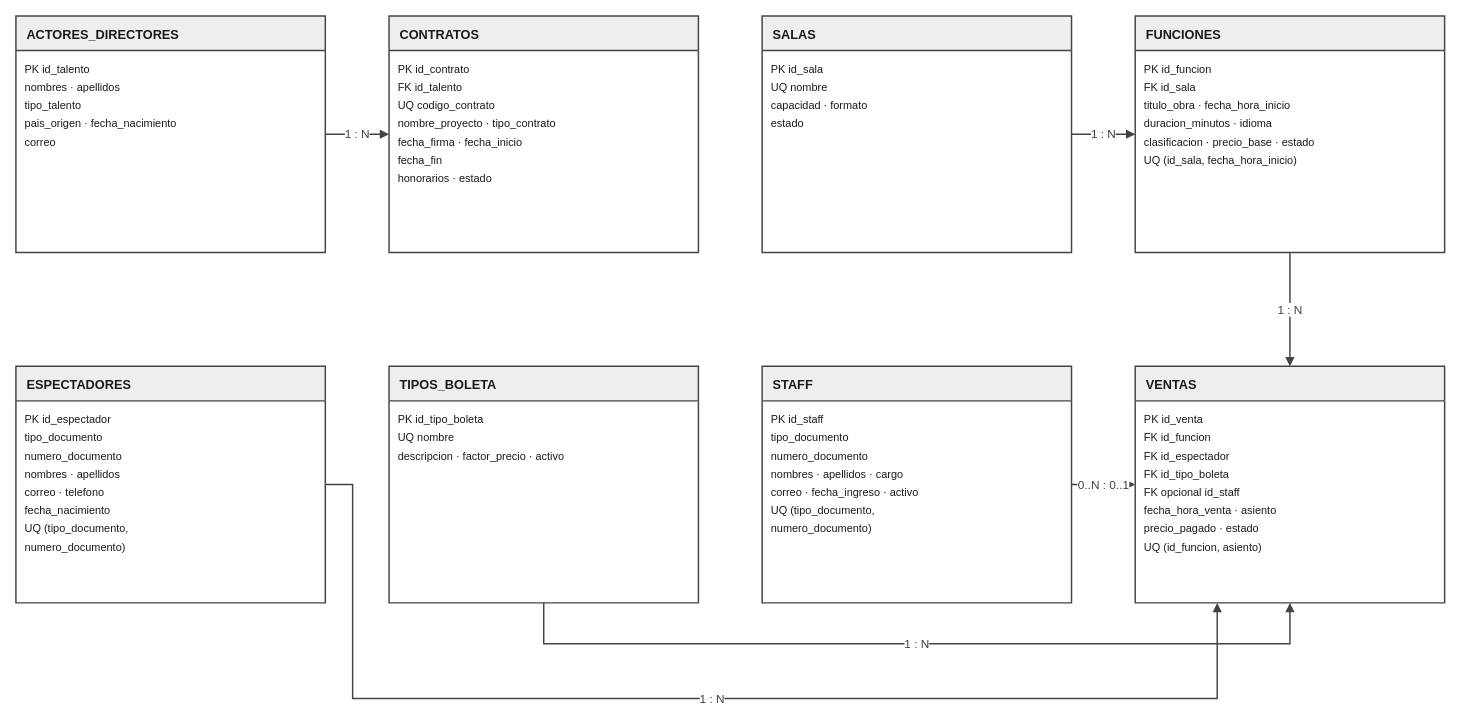
Earlier version of the draw.io diagram avance1-postgresql/modelo-relacional/modelo-relacional-3fn.drawio (Rocky72153/cine-umbral-avance1). Source tidied: cells renumbered, new cells numbered last; positions are measured from the earlier drawing's top-left corner, leaving out a move shared by most shapes. Both pictures are drawn from the tidied source at 91%, with x=0, y=0 at pixel (15, 15).
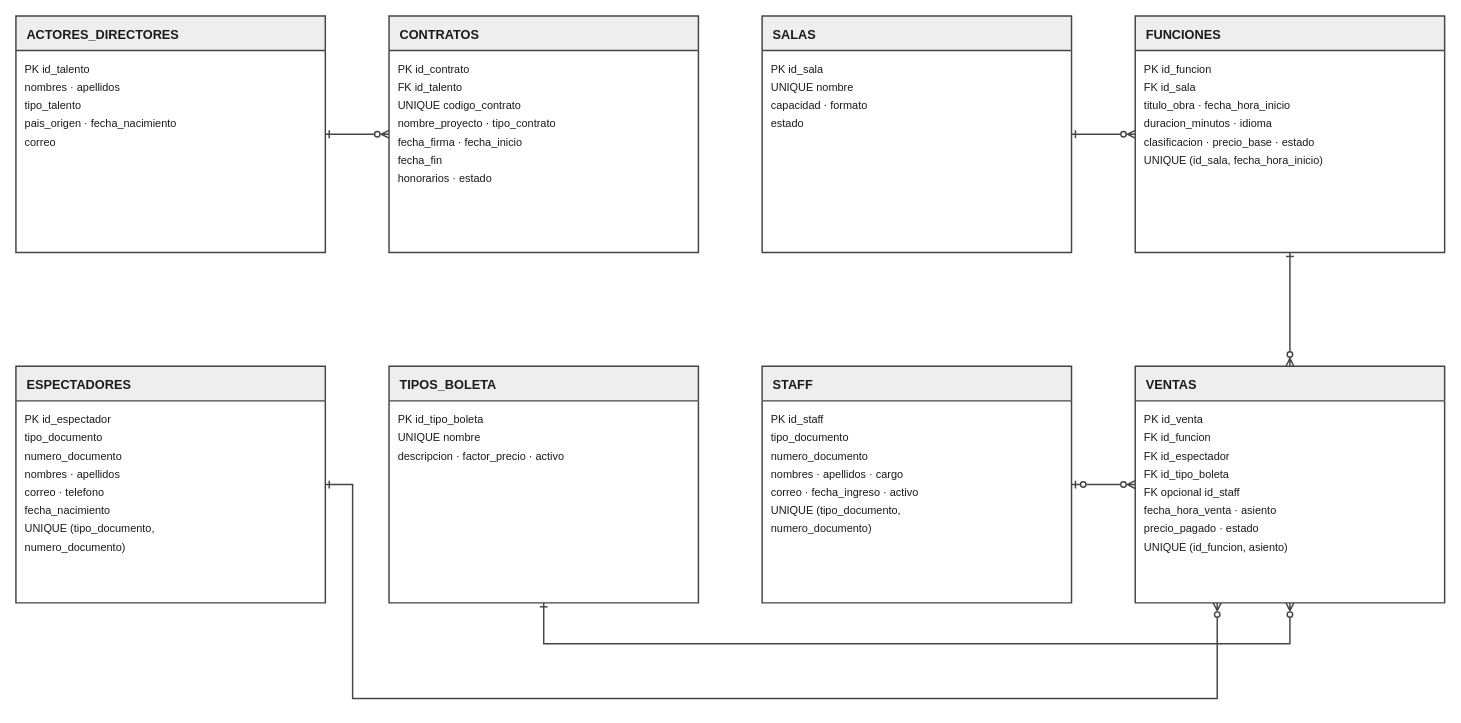
After the change.

Unchanged cells that the change refers to:
```xml
<mxCell id="2" value="&lt;b&gt;ACTORES_DIRECTORES&lt;/b&gt;" style="shape=swimlane;startSize=38;horizontal=1;html=1;whiteSpace=wrap;fillColor=#eeeeee;swimlaneFillColor=#ffffff;strokeColor=#444444;strokeWidth=1.6;fontColor=#1a1a1a;fontSize=14;align=left;verticalAlign=top;spacingLeft=10;spacingTop=6;rounded=0;shadow=0;" parent="1" vertex="1">
  <mxGeometry width="340" height="260" as="geometry" />
</mxCell>
<mxCell id="8" value="&lt;b&gt;CONTRATOS&lt;/b&gt;" style="shape=swimlane;startSize=38;horizontal=1;html=1;whiteSpace=wrap;fillColor=#eeeeee;swimlaneFillColor=#ffffff;strokeColor=#444444;strokeWidth=1.6;fontColor=#1a1a1a;fontSize=14;align=left;verticalAlign=top;spacingLeft=10;spacingTop=6;rounded=0;shadow=0;" parent="1" vertex="1">
  <mxGeometry x="410" width="340" height="260" as="geometry" />
</mxCell>
<mxCell id="16" value="&lt;b&gt;SALAS&lt;/b&gt;" style="shape=swimlane;startSize=38;horizontal=1;html=1;whiteSpace=wrap;fillColor=#eeeeee;swimlaneFillColor=#ffffff;strokeColor=#444444;strokeWidth=1.6;fontColor=#1a1a1a;fontSize=14;align=left;verticalAlign=top;spacingLeft=10;spacingTop=6;rounded=0;shadow=0;" parent="1" vertex="1">
  <mxGeometry x="820" width="340" height="260" as="geometry" />
</mxCell>
<mxCell id="21" value="&lt;b&gt;FUNCIONES&lt;/b&gt;" style="shape=swimlane;startSize=38;horizontal=1;html=1;whiteSpace=wrap;fillColor=#eeeeee;swimlaneFillColor=#ffffff;strokeColor=#444444;strokeWidth=1.6;fontColor=#1a1a1a;fontSize=14;align=left;verticalAlign=top;spacingLeft=10;spacingTop=6;rounded=0;shadow=0;" parent="1" vertex="1">
  <mxGeometry x="1230" width="340" height="260" as="geometry" />
</mxCell>
<mxCell id="28" value="&lt;b&gt;ESPECTADORES&lt;/b&gt;" style="shape=swimlane;startSize=38;horizontal=1;html=1;whiteSpace=wrap;fillColor=#eeeeee;swimlaneFillColor=#ffffff;strokeColor=#444444;strokeWidth=1.6;fontColor=#1a1a1a;fontSize=14;align=left;verticalAlign=top;spacingLeft=10;spacingTop=6;rounded=0;shadow=0;" parent="1" vertex="1">
  <mxGeometry y="385" width="340" height="260" as="geometry" />
</mxCell>
<mxCell id="37" value="&lt;b&gt;TIPOS_BOLETA&lt;/b&gt;" style="shape=swimlane;startSize=38;horizontal=1;html=1;whiteSpace=wrap;fillColor=#eeeeee;swimlaneFillColor=#ffffff;strokeColor=#444444;strokeWidth=1.6;fontColor=#1a1a1a;fontSize=14;align=left;verticalAlign=top;spacingLeft=10;spacingTop=6;rounded=0;shadow=0;" parent="1" vertex="1">
  <mxGeometry x="410" y="385" width="340" height="260" as="geometry" />
</mxCell>
<mxCell id="41" value="&lt;b&gt;STAFF&lt;/b&gt;" style="shape=swimlane;startSize=38;horizontal=1;html=1;whiteSpace=wrap;fillColor=#eeeeee;swimlaneFillColor=#ffffff;strokeColor=#444444;strokeWidth=1.6;fontColor=#1a1a1a;fontSize=14;align=left;verticalAlign=top;spacingLeft=10;spacingTop=6;rounded=0;shadow=0;" parent="1" vertex="1">
  <mxGeometry x="820" y="385" width="340" height="260" as="geometry" />
</mxCell>
<mxCell id="49" value="&lt;b&gt;VENTAS&lt;/b&gt;" style="shape=swimlane;startSize=38;horizontal=1;html=1;whiteSpace=wrap;fillColor=#eeeeee;swimlaneFillColor=#ffffff;strokeColor=#444444;strokeWidth=1.6;fontColor=#1a1a1a;fontSize=14;align=left;verticalAlign=top;spacingLeft=10;spacingTop=6;rounded=0;shadow=0;" parent="1" vertex="1">
  <mxGeometry x="1230" y="385" width="340" height="260" as="geometry" />
</mxCell>
```

Diff of the diagram source:
```diff
@@
-    <mxCell id="11" value="UQ  codigo_contrato" style="text;html=1;align=left;verticalAlign=middle;whiteSpace=wrap;strokeColor=none;fillColor=none;spacing=0;spacingLeft=0;spacingTop=0;fontColor=#1a1a1a;fontSize=12;" parent="1" vertex="1">
+    <mxCell id="11" value="UNIQUE  codigo_contrato" style="text;html=1;align=left;verticalAlign=middle;whiteSpace=wrap;strokeColor=none;fillColor=none;spacing=0;spacingLeft=0;spacingTop=0;fontColor=#1a1a1a;fontSize=12;" parent="1" vertex="1">
       <mxGeometry x="420" y="90" width="320" height="18" as="geometry" />
     </mxCell>
@@
-    <mxCell id="18" value="UQ  nombre" style="text;html=1;align=left;verticalAlign=middle;whiteSpace=wrap;strokeColor=none;fillColor=none;spacing=0;spacingLeft=0;spacingTop=0;fontColor=#1a1a1a;fontSize=12;" parent="1" vertex="1">
+    <mxCell id="18" value="UNIQUE  nombre" style="text;html=1;align=left;verticalAlign=middle;whiteSpace=wrap;strokeColor=none;fillColor=none;spacing=0;spacingLeft=0;spacingTop=0;fontColor=#1a1a1a;fontSize=12;" parent="1" vertex="1">
       <mxGeometry x="830" y="70" width="320" height="18" as="geometry" />
     </mxCell>
@@
-    <mxCell id="27" value="UQ  (id_sala, fecha_hora_inicio)" style="text;html=1;align=left;verticalAlign=middle;whiteSpace=wrap;strokeColor=none;fillColor=none;spacing=0;spacingLeft=0;spacingTop=0;fontColor=#1a1a1a;fontSize=12;" parent="1" vertex="1">
+    <mxCell id="27" value="UNIQUE  (id_sala, fecha_hora_inicio)" style="text;html=1;align=left;verticalAlign=middle;whiteSpace=wrap;strokeColor=none;fillColor=none;spacing=0;spacingLeft=0;spacingTop=0;fontColor=#1a1a1a;fontSize=12;" parent="1" vertex="1">
       <mxGeometry x="1240" y="150" width="320" height="18" as="geometry" />
     </mxCell>
@@
-    <mxCell id="35" value="UQ  (tipo_documento," style="text;html=1;align=left;verticalAlign=middle;whiteSpace=wrap;strokeColor=none;fillColor=none;spacing=0;spacingLeft=0;spacingTop=0;fontColor=#1a1a1a;fontSize=12;" parent="1" vertex="1">
+    <mxCell id="35" value="UNIQUE  (tipo_documento," style="text;html=1;align=left;verticalAlign=middle;whiteSpace=wrap;strokeColor=none;fillColor=none;spacing=0;spacingLeft=0;spacingTop=0;fontColor=#1a1a1a;fontSize=12;" parent="1" vertex="1">
       <mxGeometry x="10" y="555" width="320" height="18" as="geometry" />
     </mxCell>
@@
-    <mxCell id="39" value="UQ  nombre" style="text;html=1;align=left;verticalAlign=middle;whiteSpace=wrap;strokeColor=none;fillColor=none;spacing=0;spacingLeft=0;spacingTop=0;fontColor=#1a1a1a;fontSize=12;" parent="1" vertex="1">
+    <mxCell id="39" value="UNIQUE  nombre" style="text;html=1;align=left;verticalAlign=middle;whiteSpace=wrap;strokeColor=none;fillColor=none;spacing=0;spacingLeft=0;spacingTop=0;fontColor=#1a1a1a;fontSize=12;" parent="1" vertex="1">
       <mxGeometry x="420" y="455" width="320" height="18" as="geometry" />
     </mxCell>
@@
-    <mxCell id="47" value="UQ  (tipo_documento," style="text;html=1;align=left;verticalAlign=middle;whiteSpace=wrap;strokeColor=none;fillColor=none;spacing=0;spacingLeft=0;spacingTop=0;fontColor=#1a1a1a;fontSize=12;" parent="1" vertex="1">
+    <mxCell id="47" value="UNIQUE  (tipo_documento," style="text;html=1;align=left;verticalAlign=middle;whiteSpace=wrap;strokeColor=none;fillColor=none;spacing=0;spacingLeft=0;spacingTop=0;fontColor=#1a1a1a;fontSize=12;" parent="1" vertex="1">
       <mxGeometry x="830" y="535" width="320" height="18" as="geometry" />
     </mxCell>
@@
-    <mxCell id="57" value="UQ  (id_funcion, asiento)" style="text;html=1;align=left;verticalAlign=middle;whiteSpace=wrap;strokeColor=none;fillColor=none;spacing=0;spacingLeft=0;spacingTop=0;fontColor=#1a1a1a;fontSize=12;" parent="1" vertex="1">
+    <mxCell id="57" value="UNIQUE  (id_funcion, asiento)" style="text;html=1;align=left;verticalAlign=middle;whiteSpace=wrap;strokeColor=none;fillColor=none;spacing=0;spacingLeft=0;spacingTop=0;fontColor=#1a1a1a;fontSize=12;" parent="1" vertex="1">
       <mxGeometry x="1240" y="575" width="320" height="18" as="geometry" />
     </mxCell>
-    <mxCell id="58" value="1 : N" style="edgeStyle=orthogonalEdgeStyle;rounded=0;jettySize=auto;html=1;strokeColor=#444444;strokeWidth=1.6;endArrow=block;endFill=1;fontColor=#404040;fontSize=13;labelBackgroundColor=#ffffff;exitX=1;exitY=0.5;entryX=0;entryY=0.5;" parent="1" edge="1" source="2" target="8">
+    <mxCell id="58" style="edgeStyle=orthogonalEdgeStyle;rounded=0;jettySize=auto;html=1;strokeColor=#444444;strokeWidth=1.6;startArrow=ERone;startFill=0;endArrow=ERzeroToMany;endFill=0;exitX=1;exitY=0.5;entryX=0;entryY=0.5;" parent="1" edge="1" source="2" target="8">
       <mxGeometry relative="1" as="geometry" />
     </mxCell>
-    <mxCell id="59" value="1 : N" style="edgeStyle=orthogonalEdgeStyle;rounded=0;jettySize=auto;html=1;strokeColor=#444444;strokeWidth=1.6;endArrow=block;endFill=1;fontColor=#404040;fontSize=13;labelBackgroundColor=#ffffff;exitX=1;exitY=0.5;entryX=0;entryY=0.5;" parent="1" edge="1" source="16" target="21">
+    <mxCell id="59" style="edgeStyle=orthogonalEdgeStyle;rounded=0;jettySize=auto;html=1;strokeColor=#444444;strokeWidth=1.6;startArrow=ERone;startFill=0;endArrow=ERzeroToMany;endFill=0;exitX=1;exitY=0.5;entryX=0;entryY=0.5;" parent="1" edge="1" source="16" target="21">
       <mxGeometry relative="1" as="geometry" />
     </mxCell>
-    <mxCell id="60" value="1 : N" style="edgeStyle=orthogonalEdgeStyle;rounded=0;jettySize=auto;html=1;strokeColor=#444444;strokeWidth=1.6;endArrow=block;endFill=1;fontColor=#404040;fontSize=13;labelBackgroundColor=#ffffff;exitX=0.5;exitY=1;entryX=0.5;entryY=0;" parent="1" edge="1" source="21" target="49">
+    <mxCell id="60" style="edgeStyle=orthogonalEdgeStyle;rounded=0;jettySize=auto;html=1;strokeColor=#444444;strokeWidth=1.6;startArrow=ERone;startFill=0;endArrow=ERzeroToMany;endFill=0;exitX=0.5;exitY=1;entryX=0.5;entryY=0;" parent="1" edge="1" source="21" target="49">
       <mxGeometry relative="1" as="geometry" />
     </mxCell>
-    <mxCell id="61" value="0..N : 0..1" style="edgeStyle=orthogonalEdgeStyle;rounded=0;jettySize=auto;html=1;strokeColor=#444444;strokeWidth=1.6;endArrow=block;endFill=1;fontColor=#404040;fontSize=13;labelBackgroundColor=#ffffff;exitX=1;exitY=0.5;entryX=0;entryY=0.5;" parent="1" edge="1" source="41" target="49">
+    <mxCell id="61" style="edgeStyle=orthogonalEdgeStyle;rounded=0;jettySize=auto;html=1;strokeColor=#444444;strokeWidth=1.6;startArrow=ERzeroToOne;startFill=0;endArrow=ERzeroToMany;endFill=0;exitX=1;exitY=0.5;entryX=0;entryY=0.5;" parent="1" edge="1" source="41" target="49">
       <mxGeometry relative="1" as="geometry" />
     </mxCell>
-    <mxCell id="62" value="1 : N" style="edgeStyle=orthogonalEdgeStyle;rounded=0;jettySize=auto;html=1;strokeColor=#444444;strokeWidth=1.6;endArrow=block;endFill=1;fontColor=#404040;fontSize=13;labelBackgroundColor=#ffffff;exitX=0.5;exitY=1;entryX=0.5;entryY=1;" parent="1" edge="1" source="37" target="49">
+    <mxCell id="62" style="edgeStyle=orthogonalEdgeStyle;rounded=0;jettySize=auto;html=1;strokeColor=#444444;strokeWidth=1.6;startArrow=ERone;startFill=0;endArrow=ERzeroToMany;endFill=0;exitX=0.5;exitY=1;entryX=0.5;entryY=1;" parent="1" edge="1" source="37" target="49">
       <mxGeometry relative="1" as="geometry">
         <Array as="points">
           <mxPoint x="580" y="690" />
           <mxPoint x="1400" y="690" />
         </Array>
       </mxGeometry>
     </mxCell>
-    <mxCell id="63" value="1 : N" style="edgeStyle=orthogonalEdgeStyle;rounded=0;jettySize=auto;html=1;strokeColor=#444444;strokeWidth=1.6;endArrow=block;endFill=1;fontColor=#404040;fontSize=13;labelBackgroundColor=#ffffff;exitX=1;exitY=0.5;entryX=0.265;entryY=1;" parent="1" edge="1" source="28" target="49">
+    <mxCell id="63" style="edgeStyle=orthogonalEdgeStyle;rounded=0;jettySize=auto;html=1;strokeColor=#444444;strokeWidth=1.6;startArrow=ERone;startFill=0;endArrow=ERzeroToMany;endFill=0;exitX=1;exitY=0.5;entryX=0.265;entryY=1;" parent="1" edge="1" source="28" target="49">
       <mxGeometry relative="1" as="geometry">
         <Array as="points">
           <mxPoint x="370" y="515" />
           <mxPoint x="370" y="750" />
           <mxPoint x="1320" y="750" />
         </Array>
       </mxGeometry>
     </mxCell>
```
